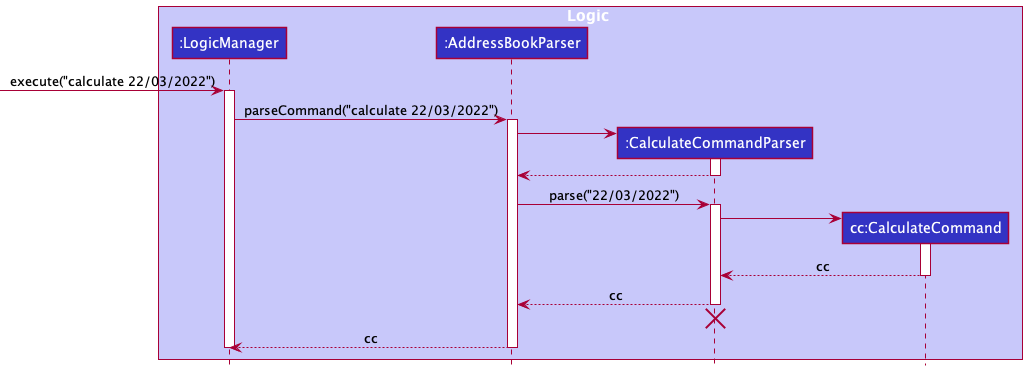
The PlantUML diagram docs/images/calculatepart1.png in robinrojh/tp, before a commit.
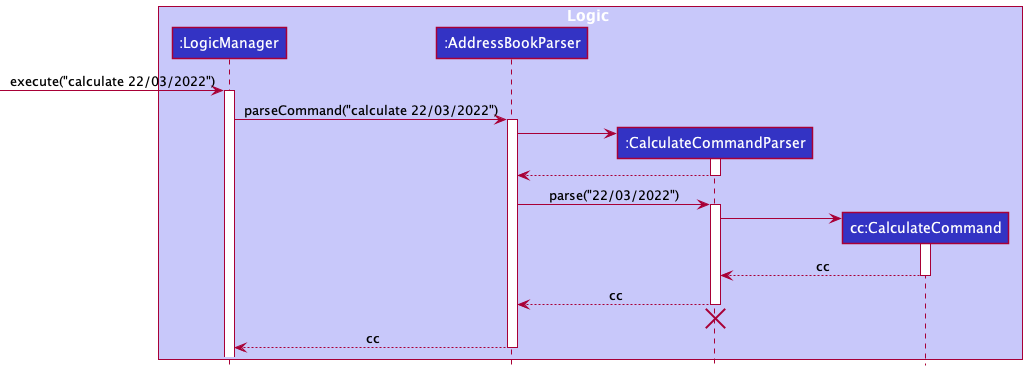
Above is the later version.

Commit message:
make logicmanager not deactivate after first half of calculate command

What changed in the source:
```diff
@@ -40,5 +40,4 @@
 AddressBookParser --> LogicManager : cc
 deactivate AddressBookParser
 
-deactivate LogicManager
 @enduml
```
